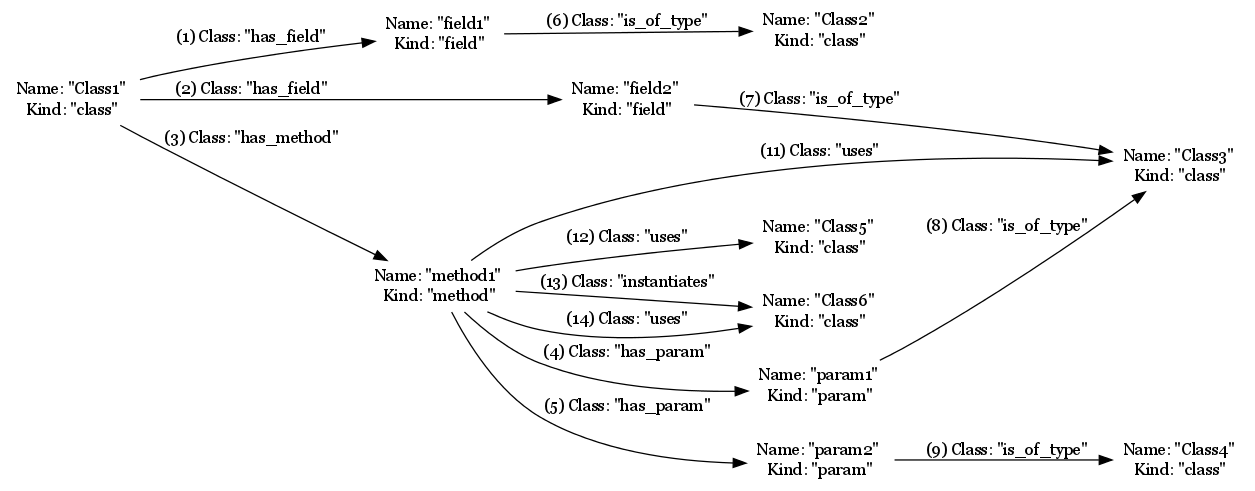
The Graphviz diagram archval/thesis/graphs/demeter_graph.png in macekond/ismath, before a commit. Its source is kept beside it as archval/thesis/graphs/demeter_graph.dot.
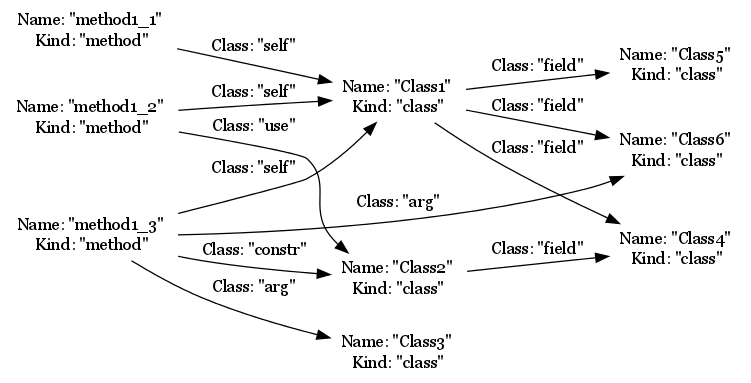
The same diagram one commit later.

Change to the diagram source:
```diff
@@ -11,30 +11,25 @@
     Class5[label="Name: \"Class5\" \nKind: \"class\""];
     Class6[label="Name: \"Class6\" \nKind: \"class\""];
 
-    field1[label="Name: \"field1\" \nKind: \"field\""];
-    field2[label="Name: \"field2\" \nKind: \"field\""];
+    Class1 -> Class4[label="Class: \"field\""]
+    Class1 -> Class5[label="Class: \"field\""]
+    Class1 -> Class6[label="Class: \"field\""]
+    Class2 -> Class4[label="Class: \"field\""]
 
-    method1[label="Name: \"method1\" \nKind: \"method\""];
 
-    param1[label="Name: \"param1\" \nKind: \"param\""];
-    param2[label="Name: \"param2\" \nKind: \"param\""];
+    method1_1[label="Name: \"method1_1\" \nKind: \"method\""];
+    method1_2[label="Name: \"method1_2\" \nKind: \"method\""];
+    method1_3[label="Name: \"method1_3\" \nKind: \"method\""];
 
-    Class1 -> field1[label="(1) Class: \"has_field\""];
-    Class1 -> field2[label="(2) Class: \"has_field\""];
 
-    Class1 -> method1[label="(3) Class: \"has_method\""];
+    method1_1 -> Class1[label="Class: \"self\""];
+    method1_2 -> Class1[label="Class: \"self\""];
+    method1_3 -> Class1[label="Class: \"self\""];
 
-    method1 -> param1[label="(4) Class: \"has_param\""];
-    method1 -> param2[label="(5) Class: \"has_param\""];
+    method1_3 -> Class6[label="Class: \"arg\""];
+    method1_3 -> Class3[label="Class: \"arg\""];
 
-    field1 -> Class2[label="(6) Class: \"is_of_type\""];
-    field2 -> Class3[label="(7) Class: \"is_of_type\""];
+    method1_3 -> Class2[label="Class: \"constr\""];
 
-    param1 -> Class3[label="(8) Class: \"is_of_type\""];
-    param2 -> Class4[label="(9) Class: \"is_of_type\""];
-
-    method1 -> Class3[label="(11) Class: \"uses\""];
-    method1 ->  Class5[label="(12) Class: \"uses\""];
-    method1 -> Class6[label="(13) Class: \"instantiates\""];
-    method1 -> Class6[label="(14) Class: \"uses\""];
+    method1_2 -> Class2[label="Class: \"use\""];
 };
```
